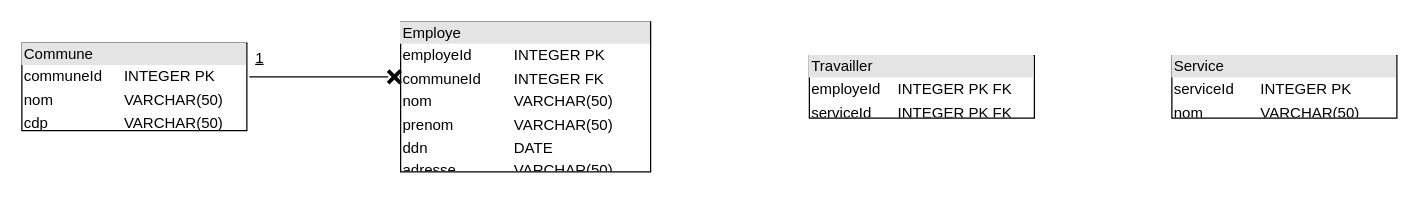
This is MLD.drawio from alspin8/SGBD-website, a draw.io file, before an edit. Source tidied: cells renumbered, new cells numbered last; positions are measured from the earlier drawing's top-left corner, leaving out a move shared by most shapes. Both pictures are drawn from the tidied source at 125%, with x=0, y=0 at pixel (21, 21).
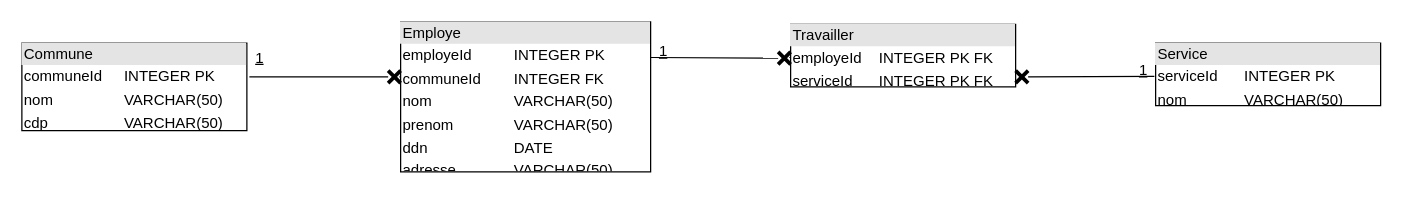
The same page after the edit.

The edit, as a diff of the source:
```diff
@@
     <mxCell id="4" value="&lt;div style=&quot;box-sizing:border-box;width:100%;background:#e4e4e4;padding:2px;&quot;&gt;Service&lt;/div&gt;&lt;table style=&quot;width:100%;font-size:1em;&quot; cellpadding=&quot;2&quot; cellspacing=&quot;0&quot;&gt;&lt;tbody&gt;&lt;tr&gt;&lt;td&gt;serviceId&lt;/td&gt;&lt;td&gt;INTEGER PK&lt;/td&gt;&lt;/tr&gt;&lt;tr&gt;&lt;td&gt;nom&lt;/td&gt;&lt;td&gt;VARCHAR(50)&lt;/td&gt;&lt;/tr&gt;&lt;/tbody&gt;&lt;/table&gt;" style="verticalAlign=top;align=left;overflow=fill;html=1;" parent="1" vertex="1">
-      <mxGeometry x="920" y="27" width="180" height="50" as="geometry" />
+      <mxGeometry x="907" y="17" width="180" height="50" as="geometry" />
     </mxCell>
@@
     <mxCell id="11" value="&lt;div style=&quot;box-sizing:border-box;width:100%;background:#e4e4e4;padding:2px;&quot;&gt;Travailler&lt;/div&gt;&lt;table style=&quot;width:100%;font-size:1em;&quot; cellpadding=&quot;2&quot; cellspacing=&quot;0&quot;&gt;&lt;tbody&gt;&lt;tr&gt;&lt;td&gt;employeId&lt;/td&gt;&lt;td&gt;INTEGER PK FK&lt;/td&gt;&lt;/tr&gt;&lt;tr&gt;&lt;td&gt;serviceId&lt;/td&gt;&lt;td&gt;INTEGER PK FK&lt;/td&gt;&lt;/tr&gt;&lt;/tbody&gt;&lt;/table&gt;" style="verticalAlign=top;align=left;overflow=fill;html=1;" parent="1" vertex="1">
-      <mxGeometry x="630" y="27" width="180" height="50" as="geometry" />
+      <mxGeometry x="615" y="2" width="180" height="50" as="geometry" />
     </mxCell>
+    <mxCell id="12" style="endArrow=none;html=1;rounded=0;startArrow=none;" parent="1" edge="1" source="14">
+      <mxGeometry relative="1" as="geometry">
+        <mxPoint x="614" y="28.5" as="targetPoint" />
+      </mxGeometry>
+    </mxCell>
+    <mxCell id="13" style="endArrow=none;html=1;rounded=0;startArrow=none;" parent="1" edge="1" source="16">
+      <mxGeometry relative="1" as="geometry">
+        <mxPoint x="906" y="43.5" as="targetPoint" />
+      </mxGeometry>
+    </mxCell>
+    <mxCell id="14" style="shape=umlDestroy;whiteSpace=wrap;html=1;strokeWidth=3;" parent="1" vertex="1">
+      <mxGeometry x="605" y="24" width="10" height="10" as="geometry" />
+    </mxCell>
+    <mxCell id="15" style="endArrow=none;html=1;rounded=0;" parent="1" edge="1" target="14">
+      <mxGeometry relative="1" as="geometry">
+        <mxPoint x="503" y="28.5" as="sourcePoint" />
+      </mxGeometry>
+    </mxCell>
+    <mxCell id="16" style="shape=umlDestroy;whiteSpace=wrap;html=1;strokeWidth=3;" parent="1" vertex="1">
+      <mxGeometry x="795" y="39" width="10" height="10" as="geometry" />
+    </mxCell>
+    <mxCell id="17" style="endArrow=none;html=1;rounded=0;" parent="1" edge="1" target="16">
+      <mxGeometry relative="1" as="geometry">
+        <mxPoint x="795" y="43.5" as="sourcePoint" />
+      </mxGeometry>
+    </mxCell>
+    <mxCell id="18" value="&lt;u&gt;1&lt;/u&gt;" style="text;html=1;align=center;verticalAlign=middle;strokeColor=none;fillColor=none;" parent="1" vertex="1">
+      <mxGeometry x="503" y="14" width="20" height="20" as="geometry" />
+    </mxCell>
+    <mxCell id="19" value="&lt;u&gt;1&lt;/u&gt;" style="text;html=1;align=center;verticalAlign=middle;strokeColor=none;fillColor=none;" parent="1" vertex="1">
+      <mxGeometry x="887" y="29" width="20" height="20" as="geometry" />
+    </mxCell>
```
